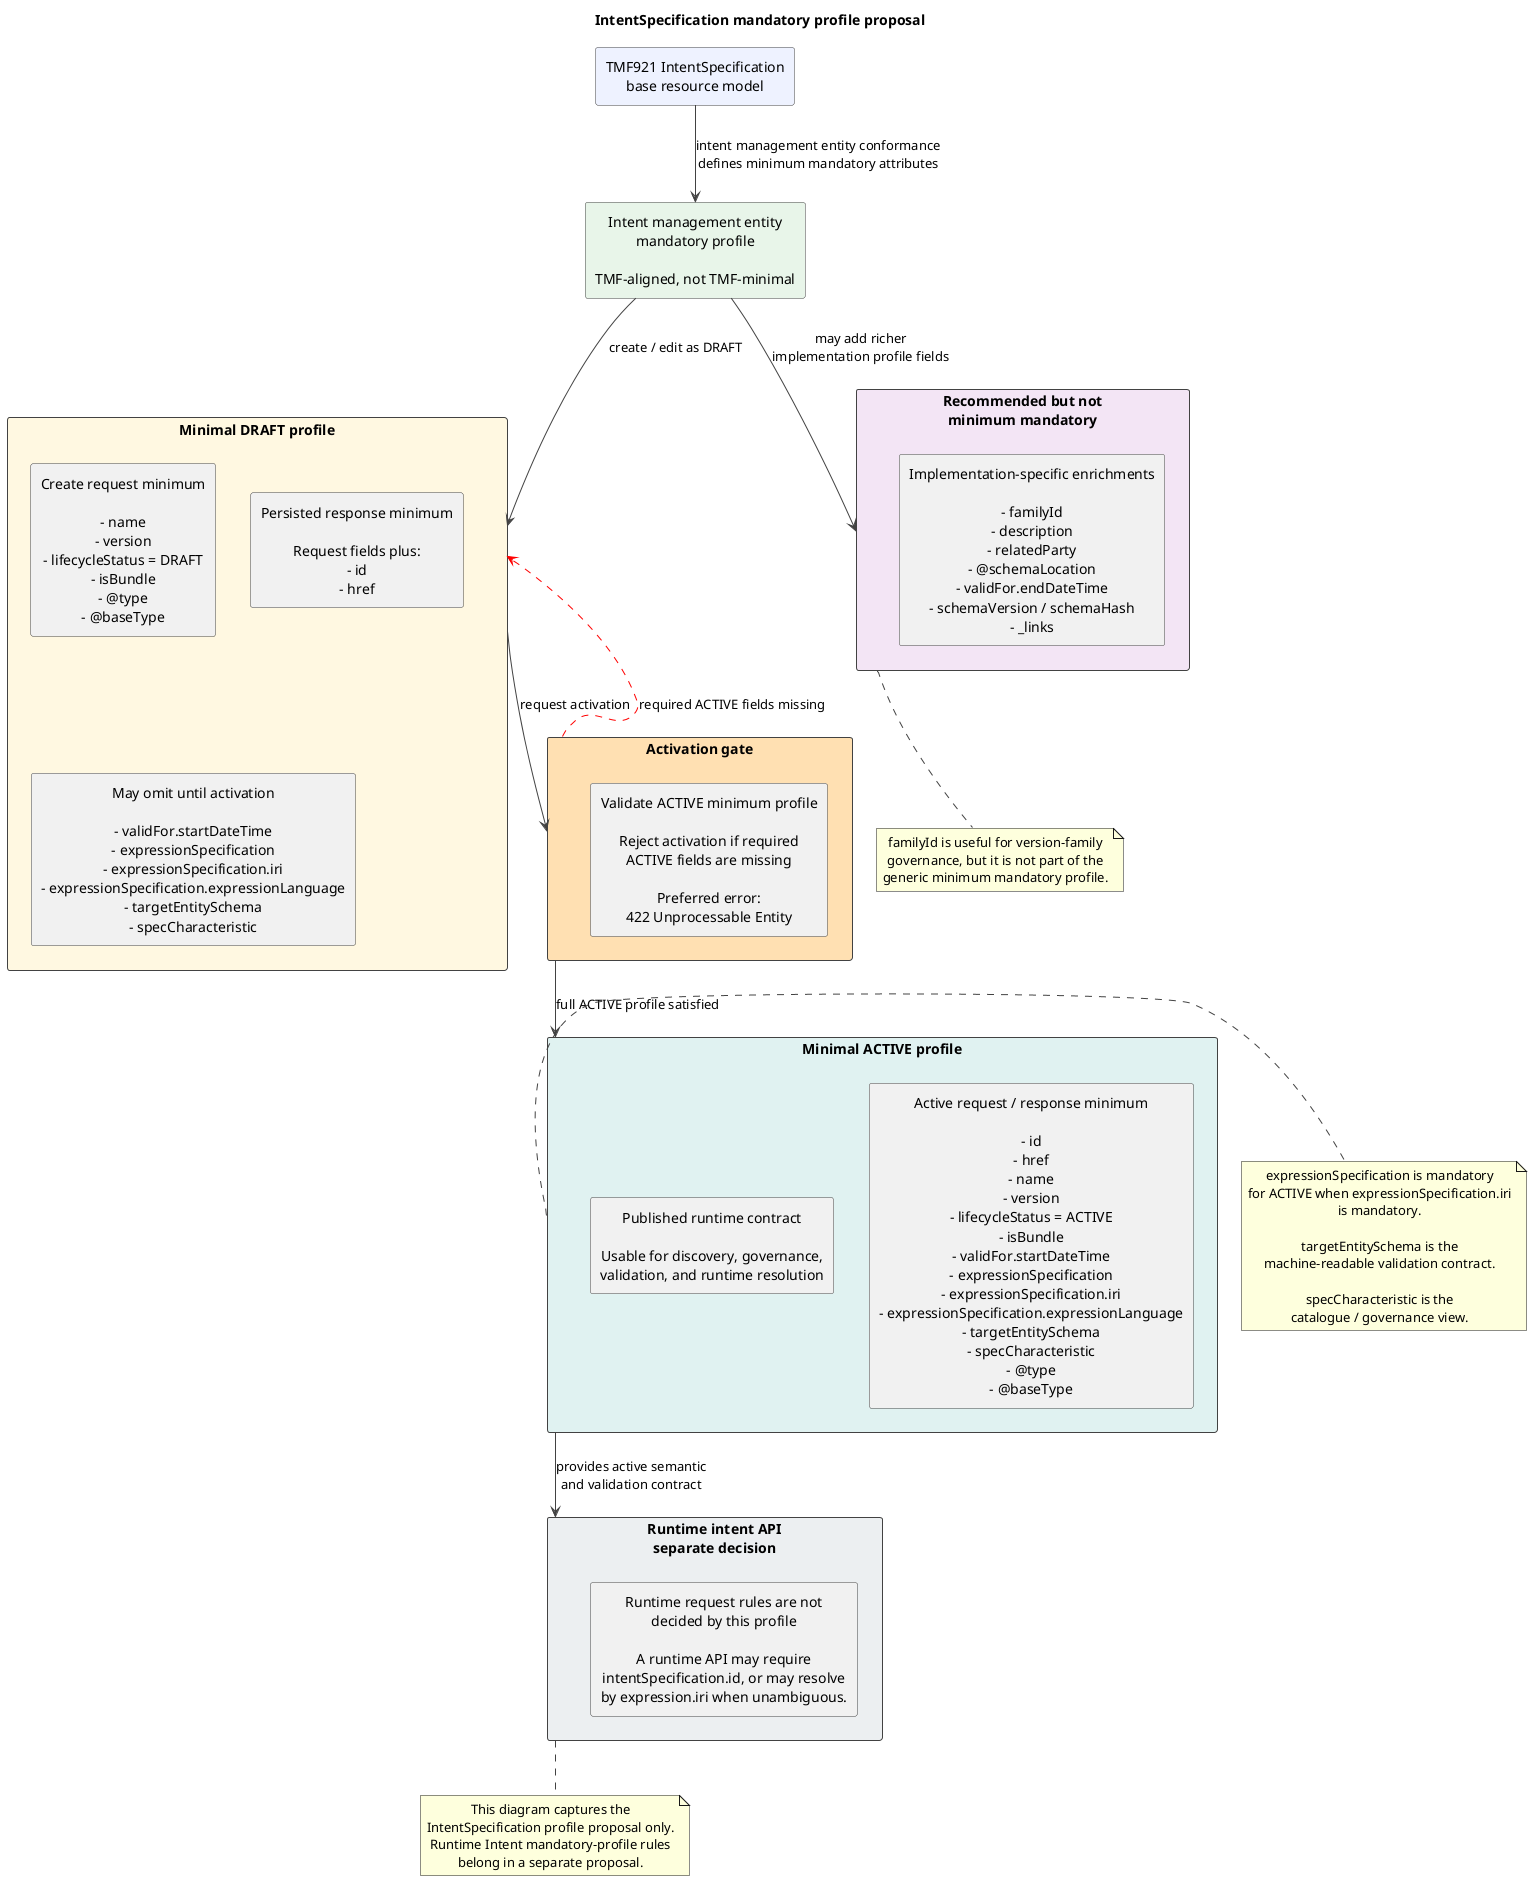
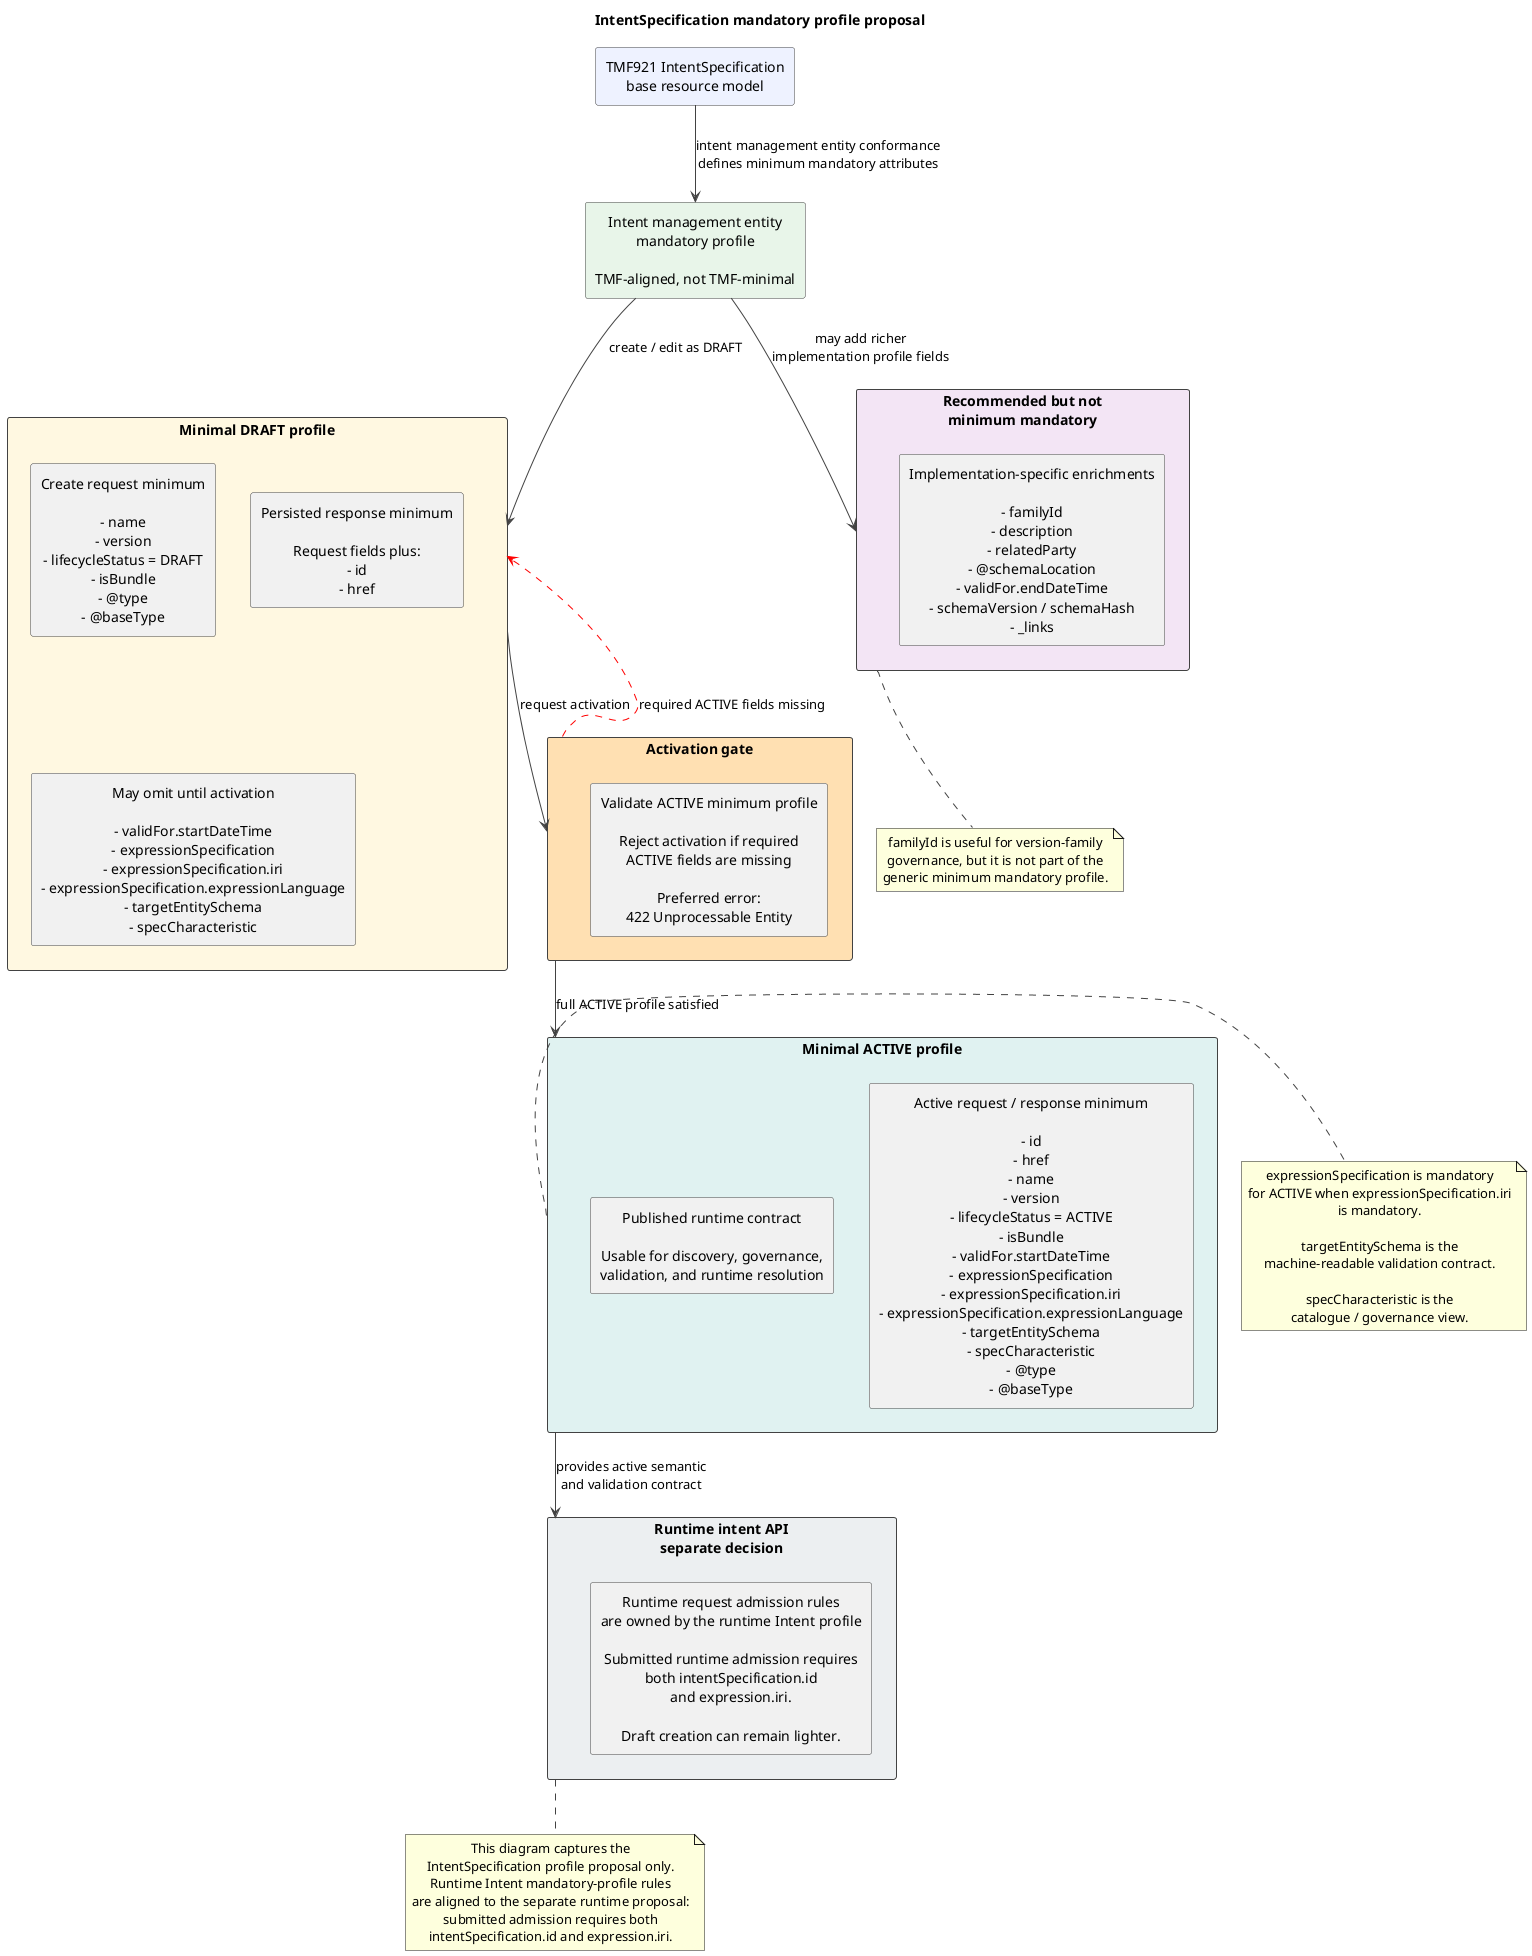
@startuml
title IntentSpecification mandatory profile proposal

skinparam shadowing false
skinparam defaultTextAlignment center
skinparam packageStyle rectangle
skinparam ArrowColor #424242
skinparam RectangleBorderColor #424242

rectangle "TMF921 IntentSpecification\nbase resource model" as TMF #EEF2FF

rectangle "Intent management entity\nmandatory profile\n\nTMF-aligned, not TMF-minimal" as PROFILE #E8F5E9

TMF --> PROFILE : intent management entity conformance\ndefines minimum mandatory attributes

rectangle "Minimal DRAFT profile" as DRAFT #FFF8E1 {
  rectangle "Create request minimum\n\n- name\n- version\n- lifecycleStatus = DRAFT\n- isBundle\n- @type\n- @baseType" as DRAFT_REQ
  rectangle "Persisted response minimum\n\nRequest fields plus:\n- id\n- href" as DRAFT_RESP
  rectangle "May omit until activation\n\n- validFor.startDateTime\n- expressionSpecification\n- expressionSpecification.iri\n- expressionSpecification.expressionLanguage\n- targetEntitySchema\n- specCharacteristic" as DRAFT_OMIT
}

rectangle "Activation gate" as GATE #FFE0B2 {
  rectangle "Validate ACTIVE minimum profile\n\nReject activation if required\nACTIVE fields are missing\n\nPreferred error:\n422 Unprocessable Entity" as VALIDATE
}

rectangle "Minimal ACTIVE profile" as ACTIVE #E0F2F1 {
  rectangle "Active request / response minimum\n\n- id\n- href\n- name\n- version\n- lifecycleStatus = ACTIVE\n- isBundle\n- validFor.startDateTime\n- expressionSpecification\n- expressionSpecification.iri\n- expressionSpecification.expressionLanguage\n- targetEntitySchema\n- specCharacteristic\n- @type\n- @baseType" as ACTIVE_FIELDS
  rectangle "Published runtime contract\n\nUsable for discovery, governance,\nvalidation, and runtime resolution" as ACTIVE_CONTRACT
}

rectangle "Recommended but not\nminimum mandatory" as OPTIONAL #F3E5F5 {
  rectangle "Implementation-specific enrichments\n\n- familyId\n- description\n- relatedParty\n- @schemaLocation\n- validFor.endDateTime\n- schemaVersion / schemaHash\n- _links" as OPTIONAL_FIELDS
}

rectangle "Runtime intent API\nseparate decision" as RUNTIME #ECEFF1 {
-   rectangle "Runtime request rules are not\ndecided by this profile\n\nA runtime API may require\nintentSpecification.id, or may resolve\nby expression.iri when unambiguous." as RUNTIME_RULE
+   rectangle "Runtime request admission rules\nare owned by the runtime Intent profile\n\nSubmitted runtime admission requires\nboth intentSpecification.id\nand expression.iri.\n\nDraft creation can remain lighter." as RUNTIME_RULE
}

PROFILE --> DRAFT : create / edit as DRAFT
DRAFT --> GATE : request activation
GATE --> ACTIVE : full ACTIVE profile satisfied
GATE -[#red,dashed]-> DRAFT : required ACTIVE fields missing
ACTIVE --> RUNTIME : provides active semantic\nand validation contract
PROFILE --> OPTIONAL : may add richer\nimplementation profile fields

note right of ACTIVE
expressionSpecification is mandatory
for ACTIVE when expressionSpecification.iri
is mandatory.

targetEntitySchema is the
machine-readable validation contract.

specCharacteristic is the
catalogue / governance view.
end note

note bottom of OPTIONAL
familyId is useful for version-family
governance, but it is not part of the
generic minimum mandatory profile.
end note

note bottom of RUNTIME
This diagram captures the
IntentSpecification profile proposal only.
Runtime Intent mandatory-profile rules
- belong in a separate proposal.
+ are aligned to the separate runtime proposal:
+ submitted admission requires both
+ intentSpecification.id and expression.iri.
end note

@enduml
